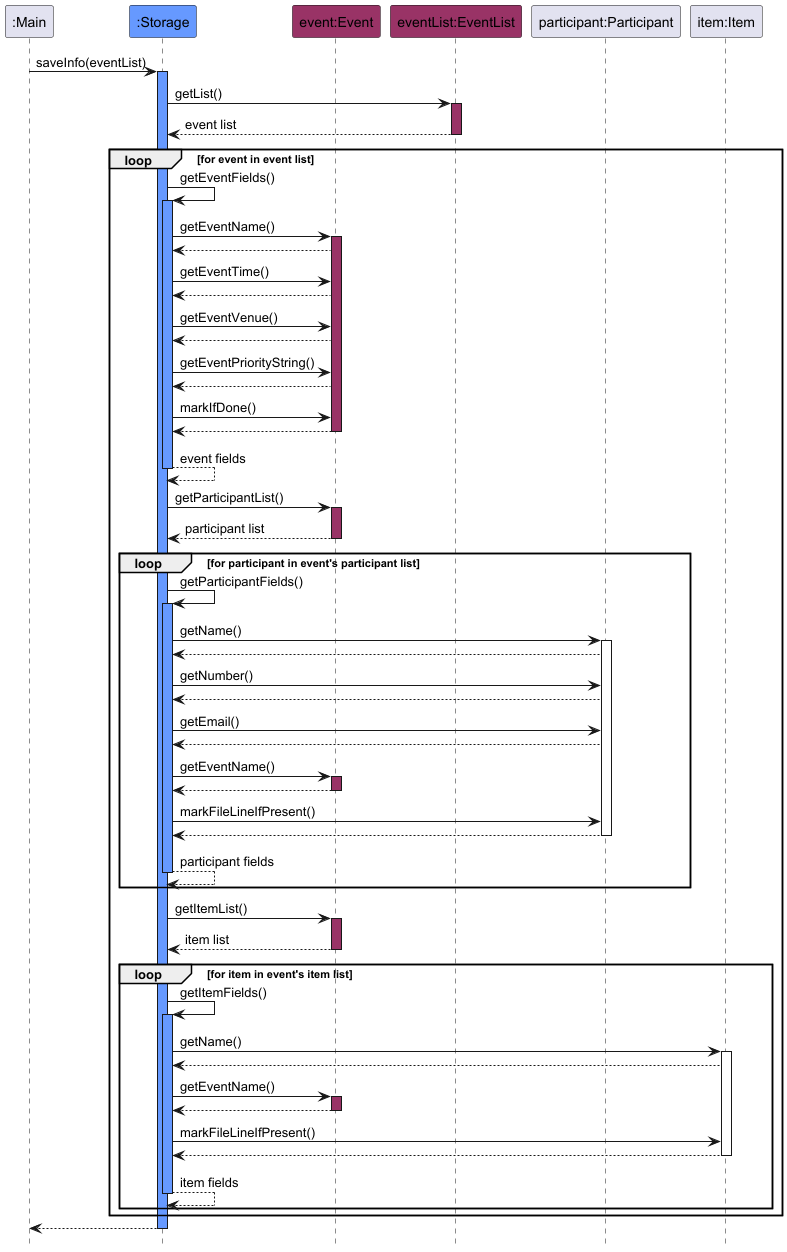
nus-cs2113-AY2425S1/tp keeps this PlantUML diagram as docs/images/StorageSavingSequenceDiagram.png. Above is the earlier version.
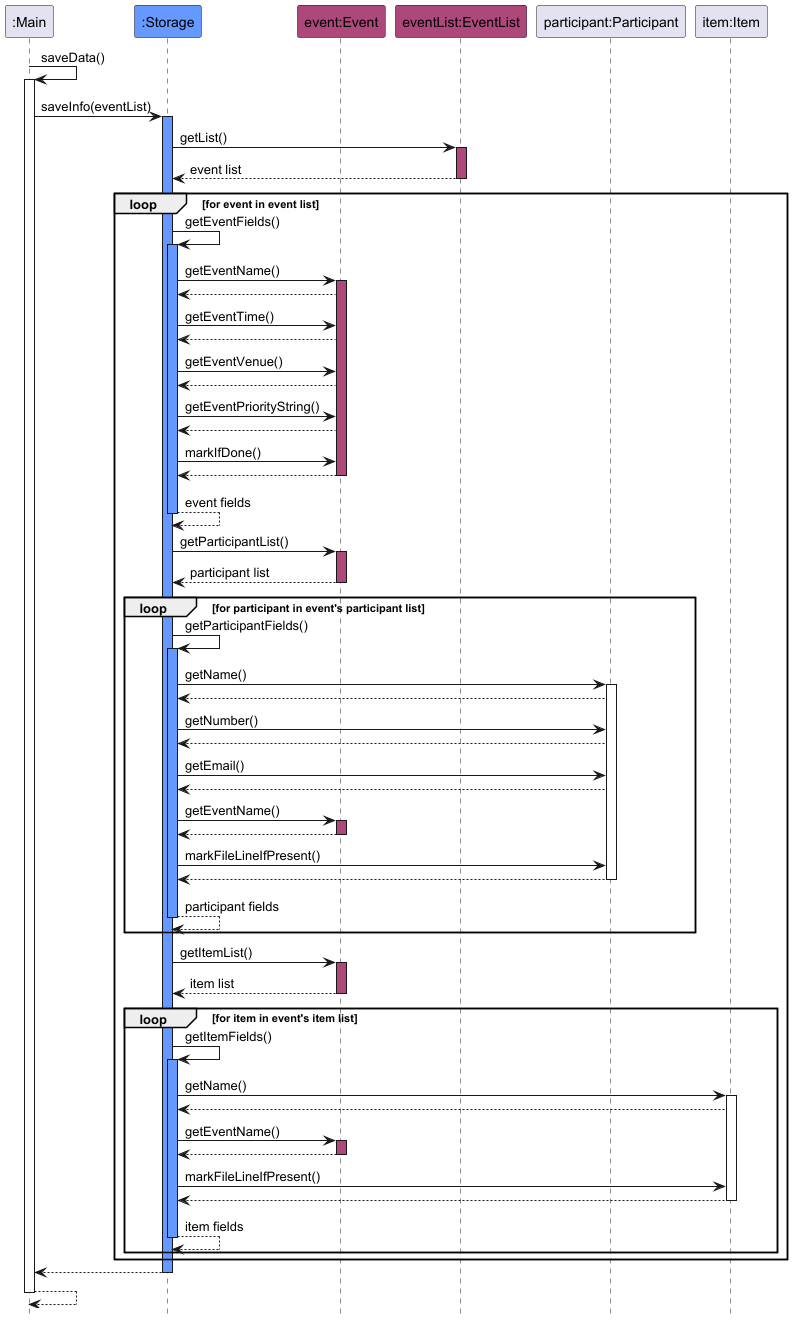
The same diagram one commit later.

What changed in the source:
```diff
@@ -9,6 +9,8 @@
 Participant "participant:Participant" as participant
 Participant "item:Item" as item
 
+main -> main : saveData()
+activate main
 main -> storage : saveInfo(eventList)
 activate storage STORAGE_COLOUR
 
@@ -87,11 +89,11 @@
 return item fields
 
 end
-
 end
-
 return
 
+main --> main
+deactivate main
 
 
 
```
